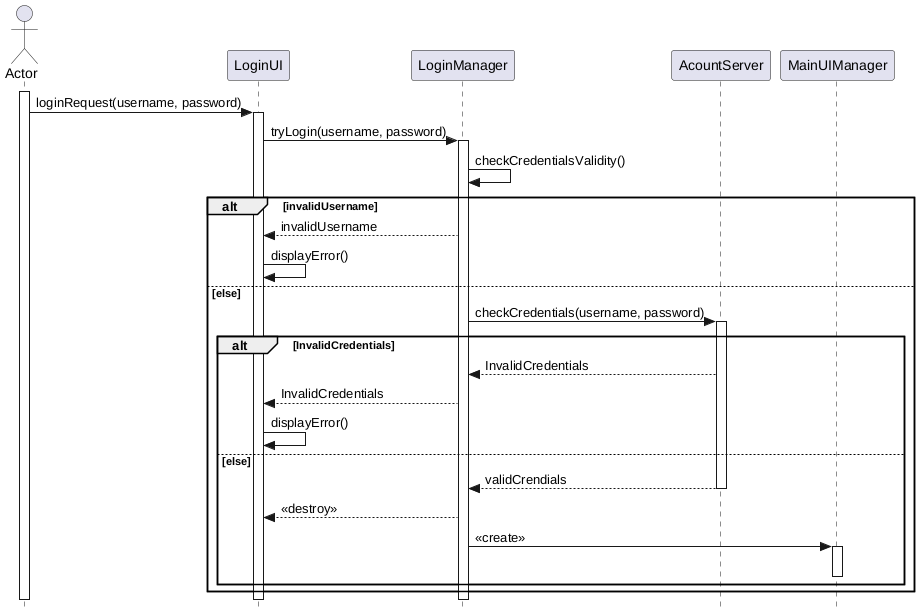
Above: SRD-DOC/uml/sequence/connexion/connexion.png in ulb-info2-group5/Royal-Blocks (PlantUML), before the change. Its source is kept beside it as SRD-DOC/uml/sequence/connexion/connexion.plantuml. The source it was exported from:
```plantuml
@startuml

skinparam style strictuml
actor Actor
participant LoginUI
participant LoginManager
participant AcountServer
participant MainUIManager





activate Actor
Actor -> LoginUI : loginRequest(username, password)
activate LoginUI
LoginUI ->LoginManager : tryLogin(username, password)
activate LoginManager

LoginManager -> LoginManager : checkCredentialsValidity()
alt invalidUsername
    LoginManager --> LoginUI : invalidUsername
    LoginUI -> LoginUI : displayError()
else else
    LoginManager -> AcountServer : checkCredentials(username, password)
    activate AcountServer
    alt InvalidCredentials
        AcountServer --> LoginManager : InvalidCredentials
        LoginManager --> LoginUI : InvalidCredentials
        LoginUI -> LoginUI : displayError()
    else else
        AcountServer --> LoginManager : validCrendials
        deactivate AcountServer
        LoginManager --> LoginUI : <<destroy>>
        LoginManager -> MainUIManager : << create>>
        activate MainUIManager
        deactivate MainUIManager

    end
end

@enduml
```
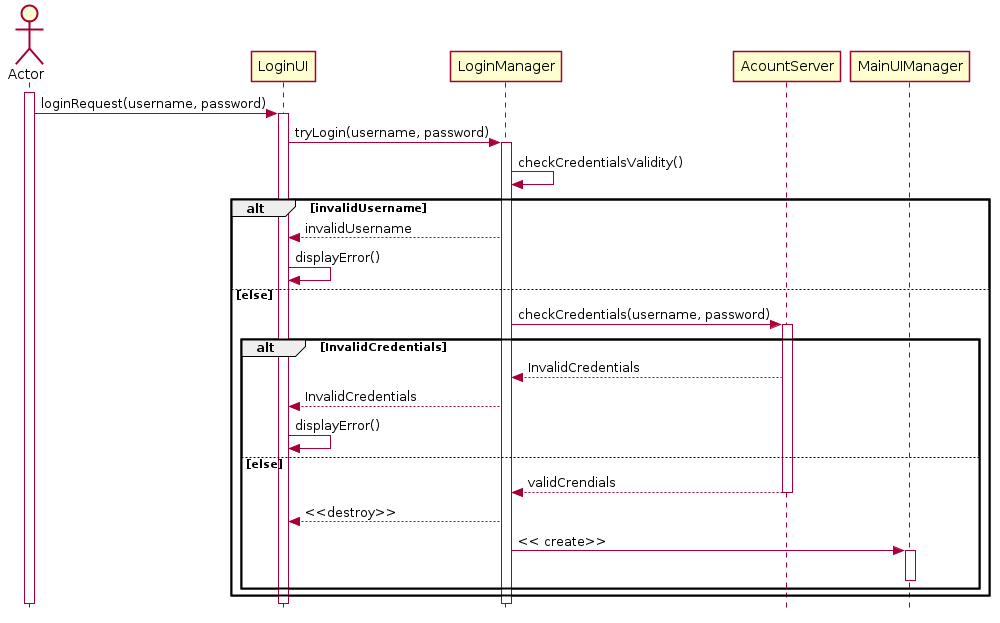
Later version of the same file.

Diff of the diagram source:
```diff
@@ -29,7 +29,7 @@
         LoginManager --> LoginUI : InvalidCredentials
         LoginUI -> LoginUI : displayError()
     else else
-        AcountServer --> LoginManager : validCrendials
+        AcountServer --> LoginManager : validCredendials
         deactivate AcountServer
         LoginManager --> LoginUI : <<destroy>>
         LoginManager -> MainUIManager : << create>>
```
